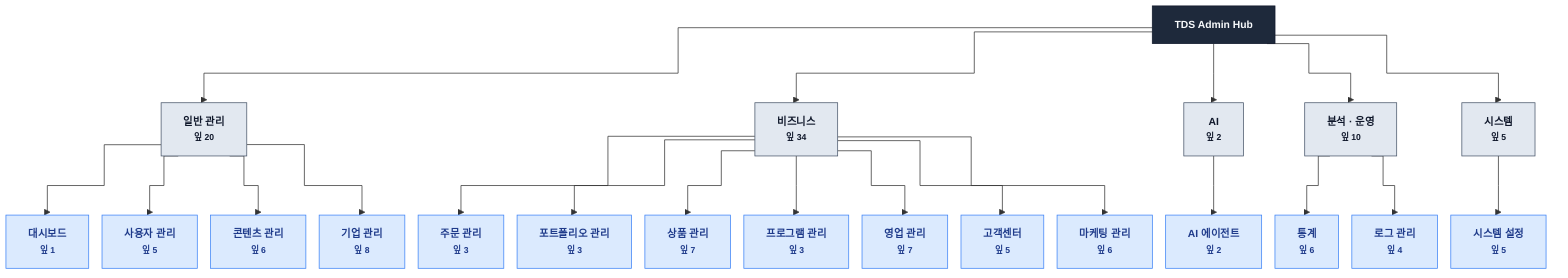
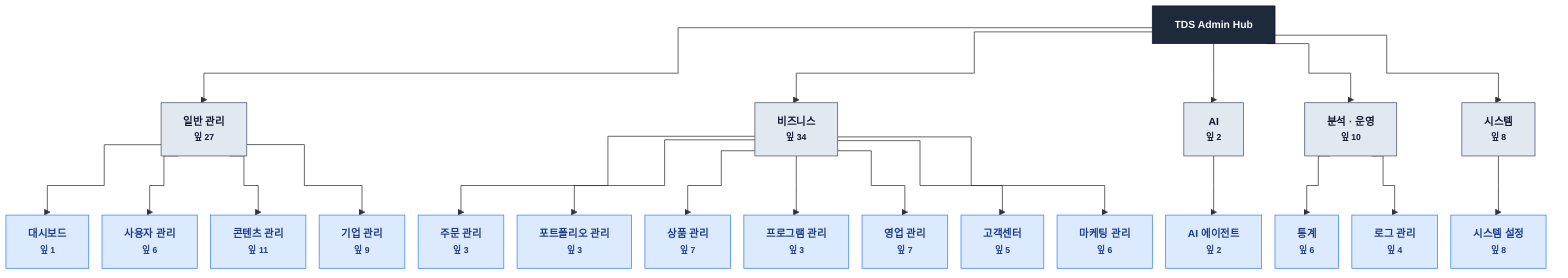
%% IA 트리 · 상위 구조 한 화면 (루트 → 그룹 5 → 메뉴 15)
%%{init: {"flowchart": {"curve": "step", "nodeSpacing": 18, "rankSpacing": 80, "wrappingWidth": 120}, "themeVariables": {"fontSize": "14px"}} }%%
flowchart TD
    ROOT["<b>TDS Admin Hub</b>"]

-     ROOT --> G0["일반 관리<br/><small>잎 20</small>"]
+     ROOT --> G0["일반 관리<br/><small>잎 27</small>"]
    ROOT --> G1["비즈니스<br/><small>잎 34</small>"]
    ROOT --> G2["AI<br/><small>잎 2</small>"]
    ROOT --> G3["분석 · 운영<br/><small>잎 10</small>"]
-     ROOT --> G4["시스템<br/><small>잎 5</small>"]
+     ROOT --> G4["시스템<br/><small>잎 8</small>"]

    G0 --> S0["대시보드<br/><small>잎 1</small>"]
-     G0 --> S1["사용자 관리<br/><small>잎 5</small>"]
-     G0 --> S2["콘텐츠 관리<br/><small>잎 6</small>"]
-     G0 --> S3["기업 관리<br/><small>잎 8</small>"]
+     G0 --> S1["사용자 관리<br/><small>잎 6</small>"]
+     G0 --> S2["콘텐츠 관리<br/><small>잎 11</small>"]
+     G0 --> S3["기업 관리<br/><small>잎 9</small>"]

    G1 --> S4["주문 관리<br/><small>잎 3</small>"]
    G1 --> S5["포트폴리오 관리<br/><small>잎 3</small>"]
    G1 --> S6["상품 관리<br/><small>잎 7</small>"]
    G1 --> S7["프로그램 관리<br/><small>잎 3</small>"]
    G1 --> S8["영업 관리<br/><small>잎 7</small>"]
    G1 --> S9["고객센터<br/><small>잎 5</small>"]
    G1 --> S10["마케팅 관리<br/><small>잎 6</small>"]

    G2 --> S11["AI 에이전트<br/><small>잎 2</small>"]

    G3 --> S12["통계<br/><small>잎 6</small>"]
    G3 --> S13["로그 관리<br/><small>잎 4</small>"]

-     G4 --> S14["시스템 설정<br/><small>잎 5</small>"]
+     G4 --> S14["시스템 설정<br/><small>잎 8</small>"]

    classDef root fill:#1e293b,stroke:#0f172a,color:#f8fafc,font-weight:bold
    classDef grp fill:#e2e8f0,stroke:#475569,color:#0f172a,font-weight:bold
    classDef sec fill:#dbeafe,stroke:#3b82f6,color:#1e3a8a,font-weight:bold
    class ROOT root
    class G0,G1,G2,G3,G4 grp
    class S0,S1,S2,S3,S4,S5,S6,S7,S8,S9,S10,S11,S12,S13,S14 sec
